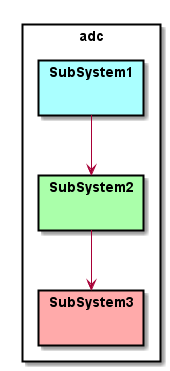
The PlantUML diagram docs/Architecture.png in CAADE/ADC, before a commit.
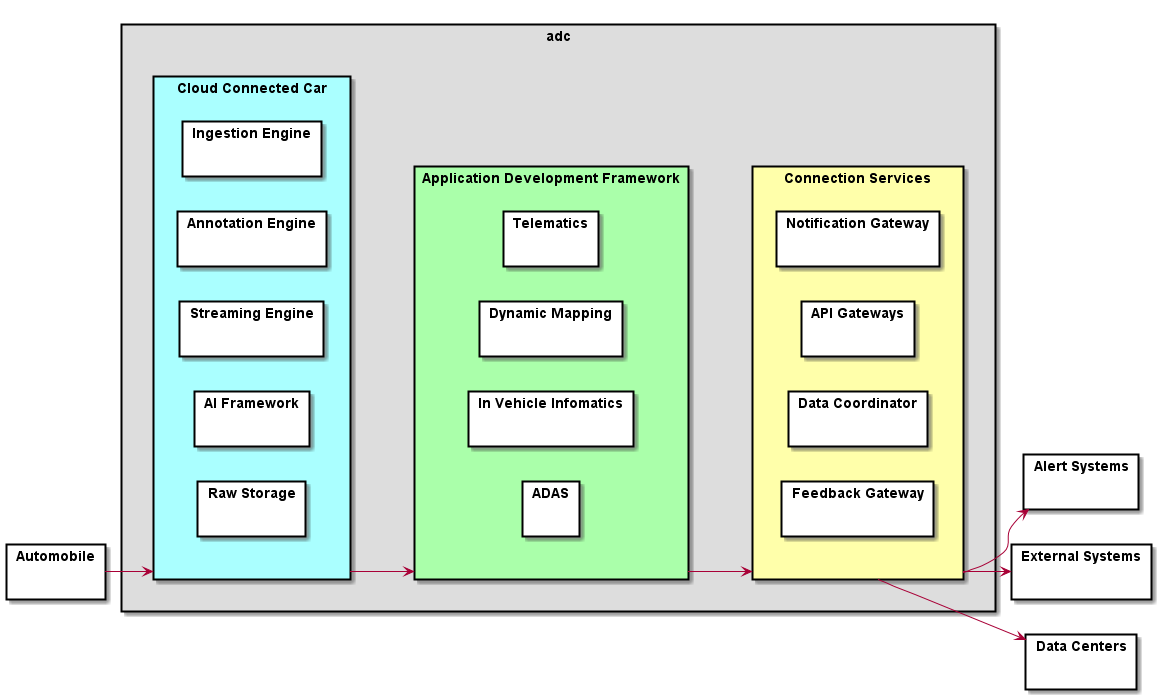
The same file after the commit.

The edit, as a diff of the source:
```diff
@@ -2,17 +2,52 @@
 
 skinparam packageStyle rect
 
-package adc {
-package "SubSystem1" #aaffff {
-}
-package "SubSystem2" #aaffaa {
-}
-package "SubSystem3" #ffaaaa {
-}
+top to bottom direction
+package adc  #dddddd {
+    package "Cloud Connected Car" #aaffff {
+      package "Ingestion Engine" {
+      }
+      package "Annotation Engine" {
+      }
+      package "Streaming Engine" {
+      }
+      package "AI Framework" {
+      }
+      package "Raw Storage" {
+      }
+    }
+
+    package "Application Development Framework" #aaffaa {
+      package "Telematics" {}
+      package "Dynamic Mapping" {}
+      package "In Vehicle Infomatics" {}
+      package "ADAS" {}
+
+    }
+
+    package "Connection Services" #ffffaa {
+      package "Notification Gateway" {
+      }
+      package "API Gateways" {
+      }
+      package "Data Coordinator" {
+      }
+      package "Feedback Gateway" {
+      }
+    }
 }
 
-SubSystem1 --> SubSystem2
-SubSystem2 --> SubSystem3
+package "Alert Systems" { }
+package "External Systems" { }
+package "Data Centers" { }
+package "Automobile" { }
 
+"Cloud Connected Car" --> "Application Development Framework"
+"Application Development Framework" --> "Connection Services"
+left to right direction
+"Connection Services" --> "Alert Systems"
+"Connection Services" --> "External Systems"
+"Connection Services" --> "Data Centers"
+"Automobile" --> "Cloud Connected Car"
 
 @enduml
```
